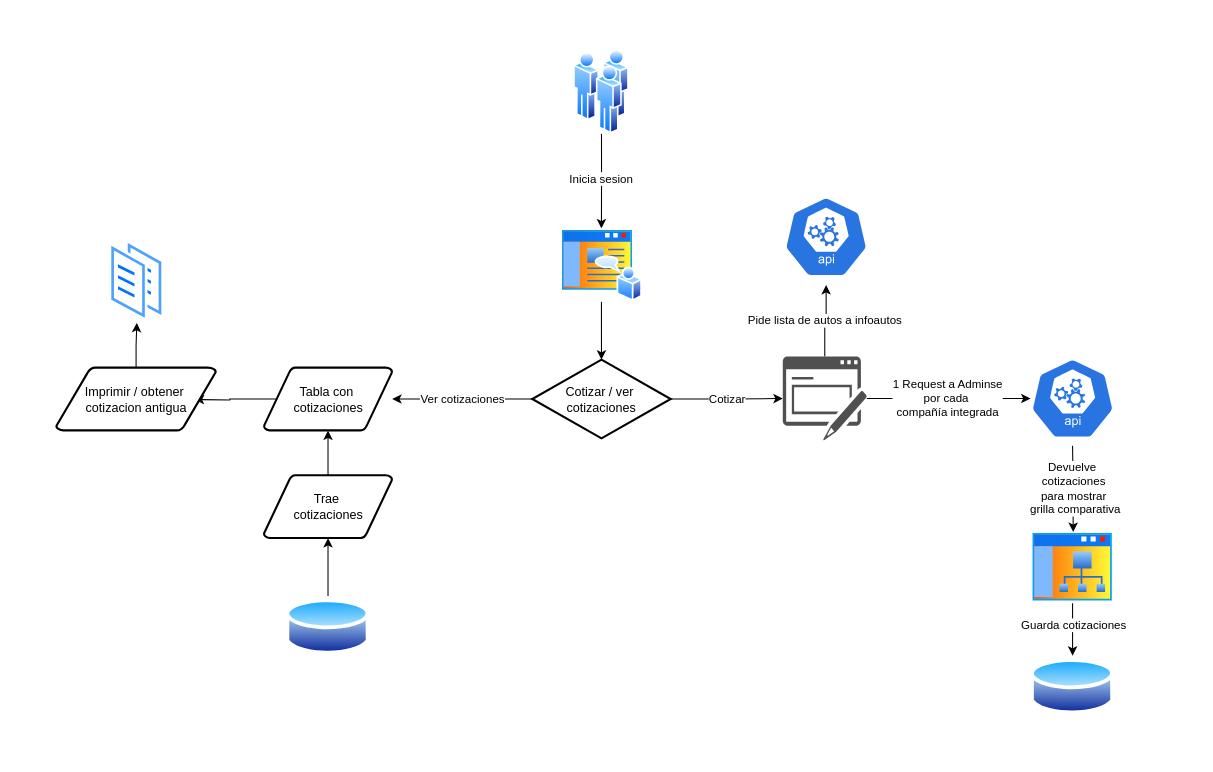
Above: flies/cotizador_flowchart.drawio in galloramiro/cotizador-autos (draw.io), before the change. Source tidied: cells renumbered, new cells numbered last; positions are measured from the earlier drawing's top-left corner, leaving out a move shared by most shapes. Both pictures are drawn from the tidied source at 105%, with x=0, y=0 at pixel (56, 49).
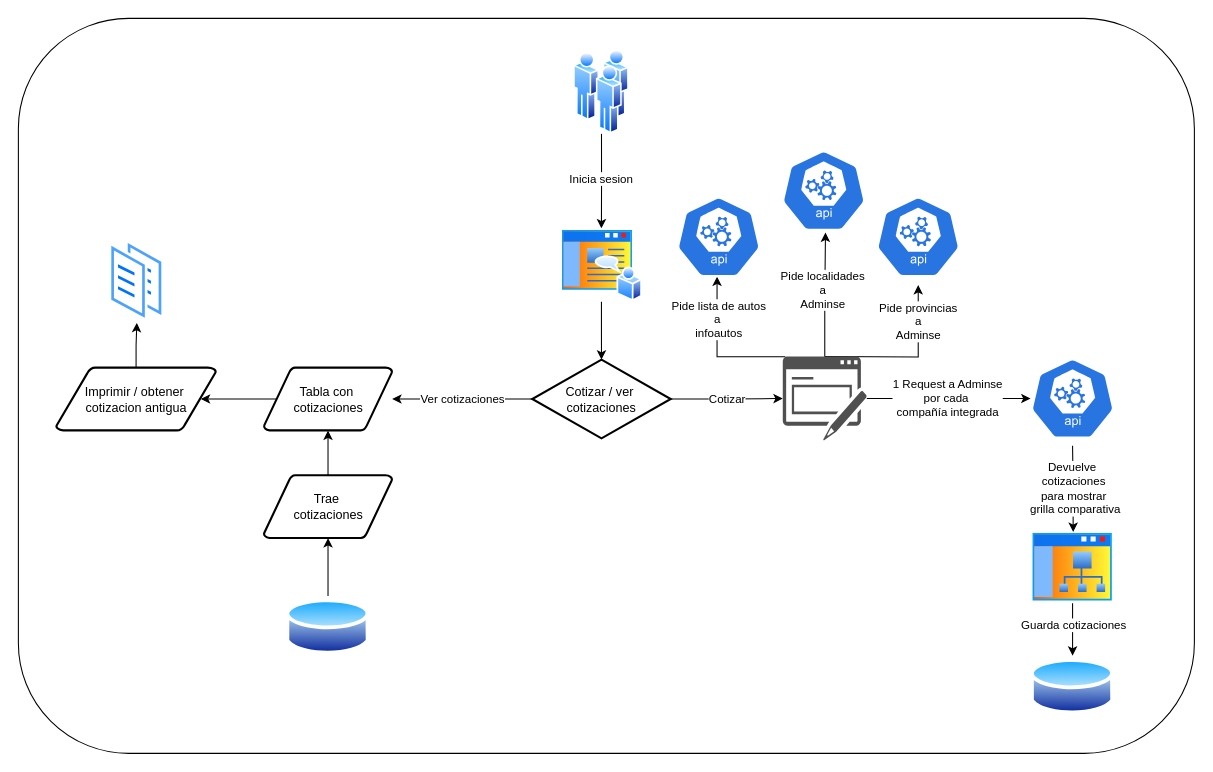
The same page after the edit.

Unchanged cells that the change refers to:
```xml
<mxCell id="10" value="&lt;div&gt;Tabla con&amp;nbsp;&lt;/div&gt;&lt;div&gt;cotizaciones&lt;/div&gt;" style="shape=mxgraph.flowchart.data;strokeWidth=2;gradientColor=none;gradientDirection=north;fontStyle=0;html=1;" parent="1" vertex="1">
  <mxGeometry x="197.8" y="302.5" width="122.2" height="60" as="geometry" />
</mxCell>
<mxCell id="19" value="&lt;div&gt;Imprimir / obtener&amp;nbsp;&lt;/div&gt;&lt;div&gt;cotizacion antigua&lt;br&gt;&lt;/div&gt;" style="shape=mxgraph.flowchart.data;strokeWidth=2;gradientColor=none;gradientDirection=north;fontStyle=0;html=1;" parent="1" vertex="1">
  <mxGeometry y="302.5" width="152.2" height="60" as="geometry" />
</mxCell>
<mxCell id="23" style="sketch=0;shadow=0;dashed=0;html=1;strokeColor=none;fillColor=#505050;labelPosition=center;verticalLabelPosition=bottom;verticalAlign=top;outlineConnect=0;align=center;shape=mxgraph.office.concepts.form;" parent="1" vertex="1">
  <mxGeometry x="692" y="292" width="80" height="80" as="geometry" />
</mxCell>
```

The edit, as a diff of the source:
```diff
@@
+    <mxCell id="34" style="rounded=1;whiteSpace=wrap;html=1;" parent="1" vertex="1">
+      <mxGeometry x="-36" y="-30" width="1120" height="700" as="geometry" />
+    </mxCell>
@@
-    <mxCell id="9" style="edgeStyle=orthogonalEdgeStyle;rounded=0;jettySize=auto;html=1;exitX=0.095;exitY=0.5;exitDx=0;exitDy=0;exitPerimeter=0;" parent="1" edge="1" source="10">
-      <mxGeometry relative="1" as="geometry">
-        <mxPoint x="132" y="333" as="targetPoint" />
-      </mxGeometry>
+    <mxCell id="9" style="edgeStyle=orthogonalEdgeStyle;rounded=0;jettySize=auto;html=1;exitX=0.095;exitY=0.5;exitDx=0;exitDy=0;exitPerimeter=0;entryX=0.905;entryY=0.5;entryDx=0;entryDy=0;entryPerimeter=0;" parent="1" edge="1" source="10" target="19">
+      <mxGeometry relative="1" as="geometry" />
     </mxCell>
@@
-    <mxCell id="21" style="edgeStyle=orthogonalEdgeStyle;rounded=0;jettySize=auto;html=1;" parent="1" edge="1" source="23" target="24">
-      <mxGeometry relative="1" as="geometry" />
+    <mxCell id="21" style="edgeStyle=orthogonalEdgeStyle;rounded=0;jettySize=auto;html=1;exitX=0.03;exitY=0.004;exitDx=0;exitDy=0;exitPerimeter=0;entryX=0.48;entryY=0.913;entryDx=0;entryDy=0;entryPerimeter=0;" parent="1" edge="1" source="23" target="24">
+      <mxGeometry relative="1" as="geometry">
+        <Array as="points">
+          <mxPoint x="629" y="292" />
+        </Array>
+      </mxGeometry>
     </mxCell>
-    <mxCell id="22" value="Pide lista de autos a infoautos" style="edgeLabel;html=1;align=center;verticalAlign=middle;" parent="21" vertex="1">
+    <mxCell id="22" value="&lt;div&gt;Pide lista de autos &lt;br&gt;&lt;/div&gt;&lt;div&gt;a&amp;nbsp;&lt;/div&gt;&lt;div&gt;infoautos&lt;br&gt;&lt;/div&gt;" style="edgeLabel;html=1;align=center;verticalAlign=middle;" parent="21" vertex="1">
       <mxGeometry x="-0.02" y="1" relative="1" as="geometry">
-        <mxPoint x="-1" as="offset" />
+        <mxPoint x="2" y="-32" as="offset" />
       </mxGeometry>
     </mxCell>
+    <mxCell id="35" style="edgeStyle=orthogonalEdgeStyle;rounded=0;jettySize=auto;html=1;" parent="1" edge="1" target="40">
+      <mxGeometry relative="1" as="geometry">
+        <mxPoint x="732" y="292" as="sourcePoint" />
+      </mxGeometry>
+    </mxCell>
+    <mxCell id="36" value="&lt;div&gt;Pide provincias &lt;br&gt;&lt;/div&gt;&lt;div&gt;a&lt;/div&gt;&lt;div&gt;Adminse&lt;br&gt;&lt;/div&gt;" style="edgeLabel;html=1;align=center;verticalAlign=middle;" parent="35" vertex="1">
+      <mxGeometry x="0.54" y="1" relative="1" as="geometry">
+        <mxPoint y="-2" as="offset" />
+      </mxGeometry>
+    </mxCell>
@@
     <mxCell id="24" style="sketch=0;html=1;dashed=0;whitespace=wrap;fillColor=#2875E2;strokeColor=#ffffff;points=[[0.005,0.63,0],[0.1,0.2,0],[0.9,0.2,0],[0.5,0,0],[0.995,0.63,0],[0.72,0.99,0],[0.5,1,0],[0.28,0.99,0]];verticalLabelPosition=bottom;align=center;verticalAlign=top;shape=mxgraph.kubernetes.icon;prIcon=api;" parent="1" vertex="1">
-      <mxGeometry x="693.3" y="132" width="80" height="92" as="geometry" />
+      <mxGeometry x="591" y="132" width="80" height="92" as="geometry" />
     </mxCell>
@@
+    <mxCell id="37" style="sketch=0;html=1;dashed=0;whitespace=wrap;fillColor=#2875E2;strokeColor=#ffffff;points=[[0.005,0.63,0],[0.1,0.2,0],[0.9,0.2,0],[0.5,0,0],[0.995,0.63,0],[0.72,0.99,0],[0.5,1,0],[0.28,0.99,0]];verticalLabelPosition=bottom;align=center;verticalAlign=top;shape=mxgraph.kubernetes.icon;prIcon=api;" parent="1" vertex="1">
+      <mxGeometry x="691" y="88" width="80" height="92" as="geometry" />
+    </mxCell>
+    <mxCell id="38" style="edgeStyle=orthogonalEdgeStyle;rounded=0;jettySize=auto;html=1;entryX=0.521;entryY=0.934;entryDx=0;entryDy=0;entryPerimeter=0;" parent="1" edge="1" source="23" target="37">
+      <mxGeometry relative="1" as="geometry" />
+    </mxCell>
+    <mxCell id="39" value="&lt;div&gt;Pide localidades&lt;/div&gt;&lt;div&gt;a&lt;/div&gt;&lt;div&gt;Adminse&lt;br&gt;&lt;/div&gt;" style="edgeLabel;html=1;align=center;verticalAlign=middle;" parent="38" vertex="1">
+      <mxGeometry x="0.08" y="3" relative="1" as="geometry" />
+    </mxCell>
+    <mxCell id="40" style="sketch=0;html=1;dashed=0;whitespace=wrap;fillColor=#2875E2;strokeColor=#ffffff;points=[[0.005,0.63,0],[0.1,0.2,0],[0.9,0.2,0],[0.5,0,0],[0.995,0.63,0],[0.72,0.99,0],[0.5,1,0],[0.28,0.99,0]];verticalLabelPosition=bottom;align=center;verticalAlign=top;shape=mxgraph.kubernetes.icon;prIcon=api;" parent="1" vertex="1">
+      <mxGeometry x="781" y="132" width="80" height="92" as="geometry" />
+    </mxCell>
```
